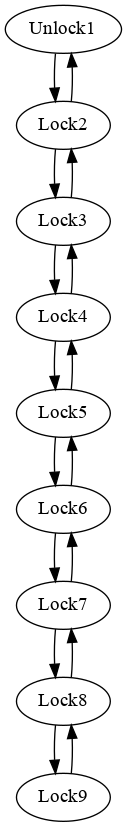
GianniDeLeon/Proyecto1EDD keeps this Graphviz diagram as build-Servidor-Desktop-Debug/niveles.png. Above is the earlier version. Its source is kept beside it as build-Servidor-Desktop-Debug/niveles.dot. Source of this version:
```dot
digraph niveles{Unlock1 -> Lock2;
Lock2 -> Unlock1;
Lock2 -> Lock3;
Lock3 -> Lock2;
Lock3 -> Lock4;
Lock4 -> Lock3;
Lock4 -> Lock5;
Lock5 -> Lock4;
Lock5 -> Lock6;
Lock6 -> Lock5;
Lock6 -> Lock7;
Lock7 -> Lock6;
Lock7 -> Lock8;
Lock8 -> Lock7;
Lock8 -> Lock9;
Lock9 -> Lock8;
}
```
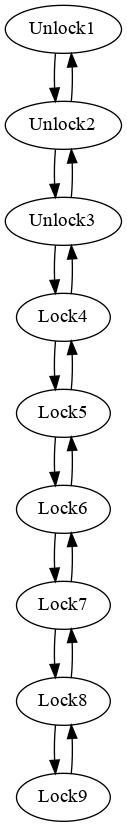
The same diagram one commit later.

What changed in the source:
```diff
@@ -1,9 +1,9 @@
-digraph niveles{Unlock1 -> Lock2;
-Lock2 -> Unlock1;
-Lock2 -> Lock3;
-Lock3 -> Lock2;
-Lock3 -> Lock4;
-Lock4 -> Lock3;
+digraph niveles{Unlock1 -> Unlock2;
+Unlock2 -> Unlock1;
+Unlock2 -> Unlock3;
+Unlock3 -> Unlock2;
+Unlock3 -> Lock4;
+Lock4 -> Unlock3;
 Lock4 -> Lock5;
 Lock5 -> Lock4;
 Lock5 -> Lock6;
```
